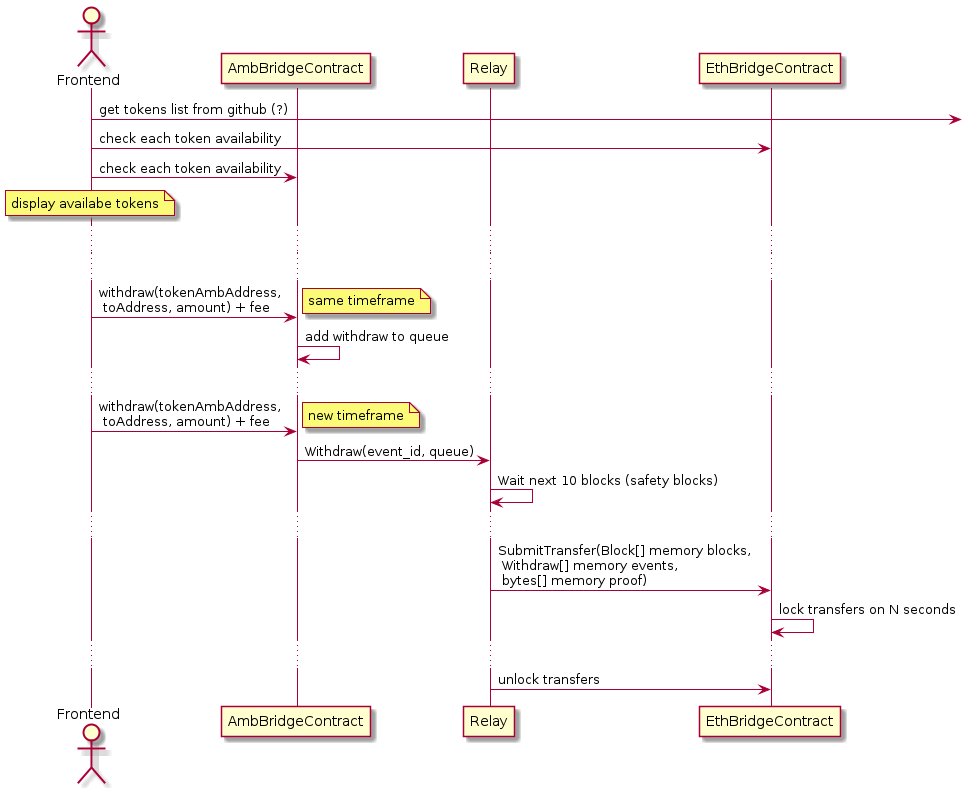
ambrosus/ambrosus-bridge keeps this PlantUML diagram as docs/output/flow.png. Above is the earlier version.
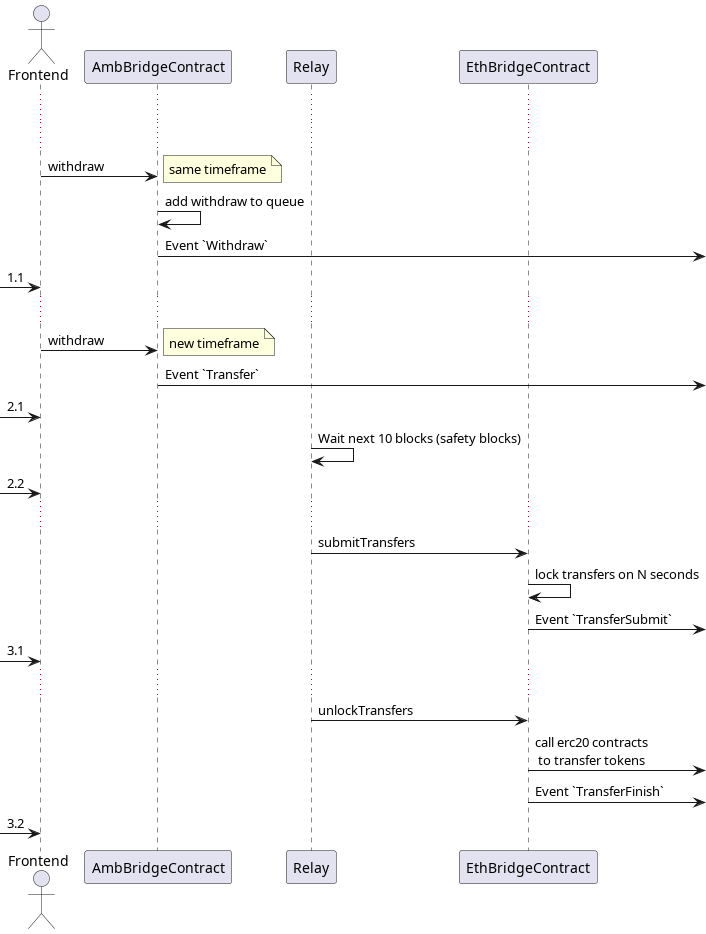
Later version of the same file.

Change to the diagram source:
```diff
@@ -6,38 +6,38 @@
 participant EthBridgeContract
 
 
-Frontend ->: get tokens list from github (?)
-Frontend -> EthBridgeContract: check each token availability
-Frontend -> AmbBridgeContract: check each token availability
-note over Frontend: display availabe tokens
-
 ...
 ...
 
 
-Frontend -> AmbBridgeContract : withdraw(tokenAmbAddress,\n toAddress, amount) + fee
+Frontend -> AmbBridgeContract : withdraw
 note right: same timeframe
 AmbBridgeContract -> AmbBridgeContract: add withdraw to queue
-...
-
-Frontend -> AmbBridgeContract : withdraw(tokenAmbAddress,\n toAddress, amount) + fee
-note right: new timeframe
-
-AmbBridgeContract -> Relay : Withdraw(event_id, queue)
-
-
-Relay -> Relay : Wait next 10 blocks (safety blocks)
+AmbBridgeContract ->: Event `Withdraw`
+-> Frontend: 1.1
 
 ...
 
-Relay -> EthBridgeContract : SubmitTransfer(Block[] memory blocks, \n Withdraw[] memory events, \n bytes[] memory proof)
-EthBridgeContract -> EthBridgeContract: lock transfers on N seconds
+Frontend -> AmbBridgeContract : withdraw
+note right: new timeframe
 
+AmbBridgeContract ->: Event `Transfer`
+-> Frontend: 2.1
+
+Relay -> Relay : Wait next 10 blocks (safety blocks)
+-> Frontend: 2.2
 ...
 
-Relay -> EthBridgeContract: unlock transfers
+Relay -> EthBridgeContract : submitTransfers
+EthBridgeContract -> EthBridgeContract: lock transfers on N seconds
+EthBridgeContract ->: Event `TransferSubmit`
+-> Frontend: 3.1
+...
 
-
+Relay -> EthBridgeContract: unlockTransfers
+EthBridgeContract ->: call erc20 contracts\n to transfer tokens
+EthBridgeContract ->: Event `TransferFinish`
+-> Frontend: 3.2
 
 
 @enduml
```
